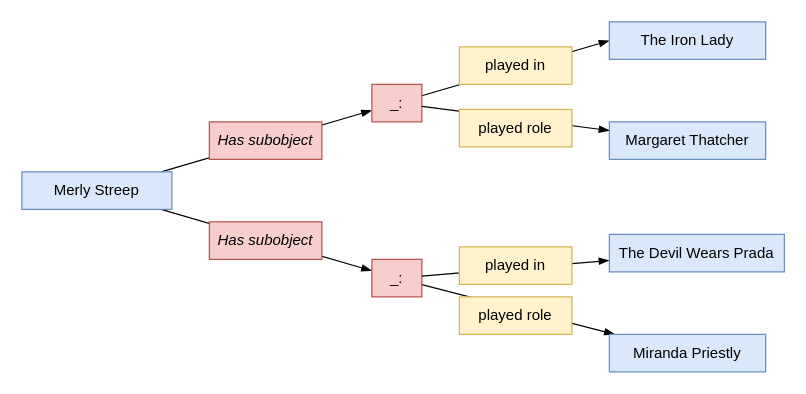
The draw.io diagram smw/skript/drawings/merly_streep_subobject.drawio in StefanZander/lecture_notes, before the edit. Source tidied: cells renumbered, new cells numbered last; positions are measured from the earlier drawing's top-left corner, leaving out a move shared by most shapes. Both pictures are drawn from the tidied source at 125%, with x=0, y=0 at pixel (21, 21).
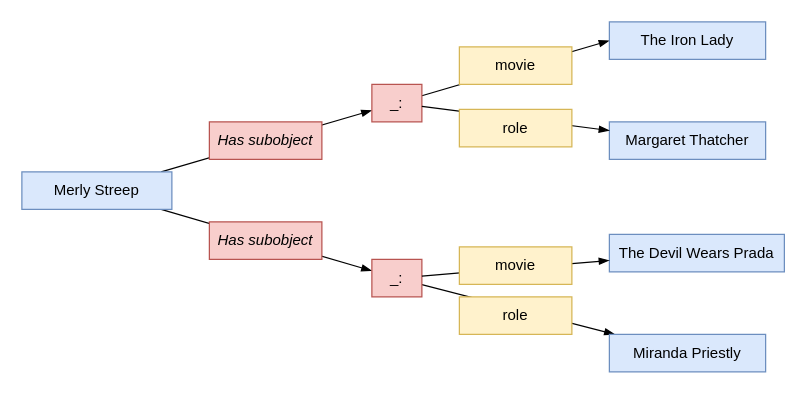
The same diagram, later.

The edit, as a diff of the source:
```diff
@@
-    <mxCell id="11" value="played in" style="rounded=0;whiteSpace=wrap;html=1;shadow=0;glass=0;strokeColor=#d6b656;strokeWidth=1;fontSize=12;align=center;fillColor=#fff2cc;fontStyle=0;" parent="1" vertex="1">
+    <mxCell id="11" value="movie" style="rounded=0;whiteSpace=wrap;html=1;shadow=0;glass=0;strokeColor=#d6b656;strokeWidth=1;fontSize=12;align=center;fillColor=#fff2cc;fontStyle=0;" parent="1" vertex="1">
       <mxGeometry x="350" y="20" width="90" height="30" as="geometry" />
     </mxCell>
-    <mxCell id="12" value="played role" style="rounded=0;whiteSpace=wrap;html=1;shadow=0;glass=0;strokeColor=#d6b656;strokeWidth=1;fontSize=12;align=center;fillColor=#fff2cc;fontStyle=0;" parent="1" vertex="1">
+    <mxCell id="12" value="role" style="rounded=0;whiteSpace=wrap;html=1;shadow=0;glass=0;strokeColor=#d6b656;strokeWidth=1;fontSize=12;align=center;fillColor=#fff2cc;fontStyle=0;" parent="1" vertex="1">
       <mxGeometry x="350" y="220" width="90" height="30" as="geometry" />
     </mxCell>
@@
-    <mxCell id="16" value="played role" style="rounded=0;whiteSpace=wrap;html=1;shadow=0;glass=0;strokeColor=#d6b656;strokeWidth=1;fontSize=12;align=center;fillColor=#fff2cc;fontStyle=0;" parent="1" vertex="1">
+    <mxCell id="16" value="role" style="rounded=0;whiteSpace=wrap;html=1;shadow=0;glass=0;strokeColor=#d6b656;strokeWidth=1;fontSize=12;align=center;fillColor=#fff2cc;fontStyle=0;" parent="1" vertex="1">
       <mxGeometry x="350" y="70" width="90" height="30" as="geometry" />
     </mxCell>
@@
-    <mxCell id="20" value="played in" style="rounded=0;whiteSpace=wrap;html=1;shadow=0;glass=0;strokeColor=#d6b656;strokeWidth=1;fontSize=12;align=center;fillColor=#fff2cc;fontStyle=0;" parent="1" vertex="1">
+    <mxCell id="20" value="movie" style="rounded=0;whiteSpace=wrap;html=1;shadow=0;glass=0;strokeColor=#d6b656;strokeWidth=1;fontSize=12;align=center;fillColor=#fff2cc;fontStyle=0;" parent="1" vertex="1">
       <mxGeometry x="350" y="180" width="90" height="30" as="geometry" />
     </mxCell>
```
